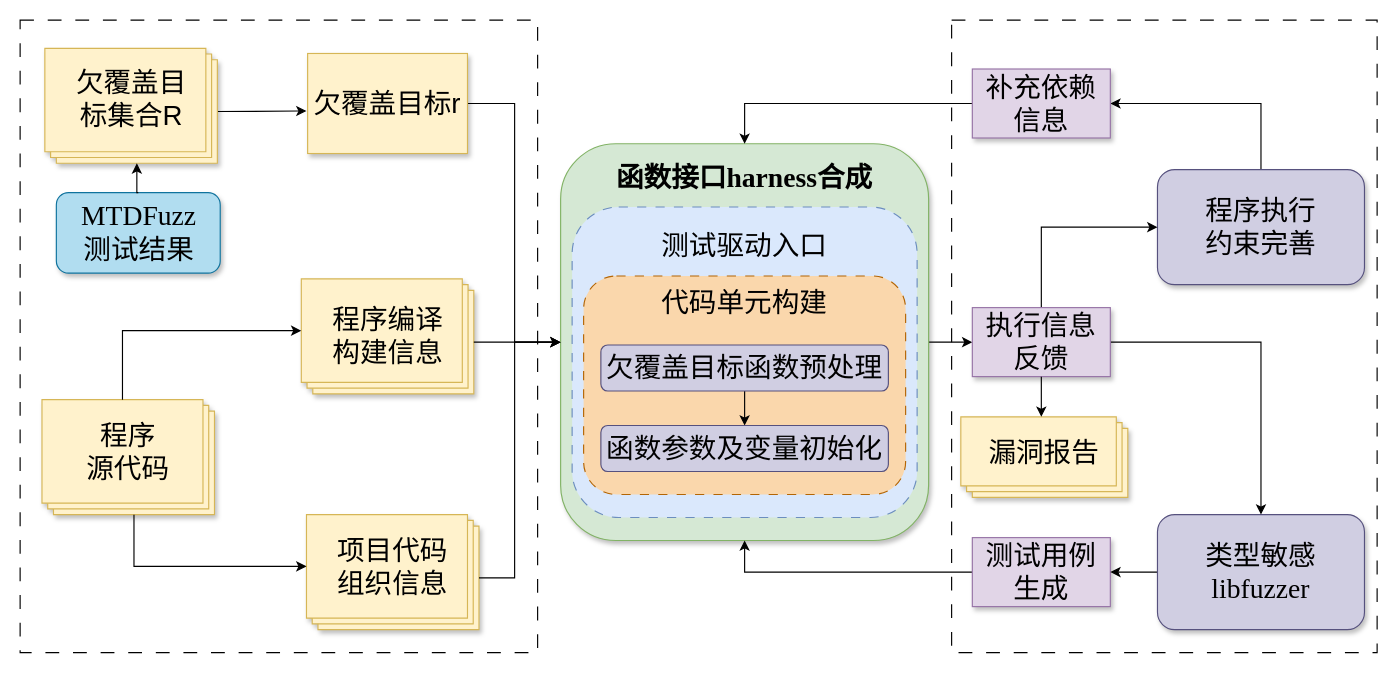
blu3sh0rk/Draw keeps this draw.io diagram as page "第 8 页" (8 of 16) of 未命名绘图.drawio. Above is the earlier version. Source tidied: cells renumbered, new cells numbered last; positions are measured from the earlier drawing's top-left corner, leaving out a move shared by most shapes. Both pictures are drawn from the tidied source at 115%, with x=0, y=0 at pixel (20, 20).
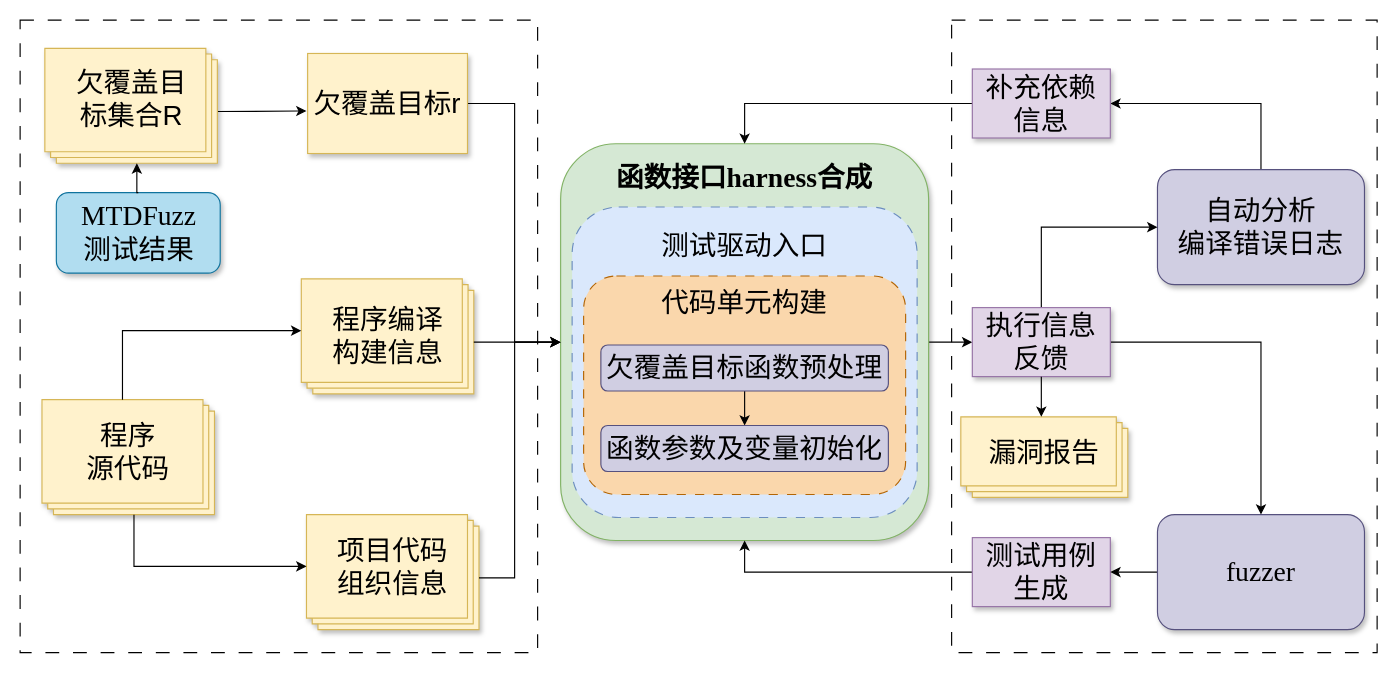
After the change.

Commit message:
更新未命名绘图.drawio

What changed in the source:
```diff
@@
-    <mxCell id="29" value="&lt;font face=&quot;Times New Roman&quot;&gt;类型敏感&lt;/font&gt;&lt;div&gt;&lt;font face=&quot;Times New Roman&quot;&gt;libfuzzer&lt;/font&gt;&lt;/div&gt;" style="rounded=1;whiteSpace=wrap;html=1;fontFamily=黑体;fontSize=24;fillColor=#d0cee2;strokeColor=#56517e;shadow=1;" parent="1" vertex="1">
+    <mxCell id="29" value="&lt;font face=&quot;Times New Roman&quot;&gt;fuzzer&lt;/font&gt;" style="rounded=1;whiteSpace=wrap;html=1;fontFamily=黑体;fontSize=24;fillColor=#d0cee2;strokeColor=#56517e;shadow=1;" parent="1" vertex="1">
       <mxGeometry x="989" y="430" width="180" height="100" as="geometry" />
     </mxCell>
@@
-    <mxCell id="31" value="&lt;font face=&quot;Times New Roman&quot;&gt;程序执行&lt;/font&gt;&lt;div&gt;&lt;font face=&quot;Times New Roman&quot;&gt;约束完善&lt;/font&gt;&lt;/div&gt;" style="rounded=1;whiteSpace=wrap;html=1;fontFamily=黑体;fontSize=24;fillColor=#d0cee2;strokeColor=#56517e;shadow=1;" parent="1" vertex="1">
+    <mxCell id="31" value="&lt;font face=&quot;Times New Roman&quot;&gt;自动分析&lt;/font&gt;&lt;div&gt;&lt;font face=&quot;Times New Roman&quot;&gt;编译错误日志&lt;/font&gt;&lt;/div&gt;" style="rounded=1;whiteSpace=wrap;html=1;fontFamily=黑体;fontSize=24;fillColor=#d0cee2;strokeColor=#56517e;shadow=1;" parent="1" vertex="1">
       <mxGeometry x="989" y="130" width="180" height="100" as="geometry" />
     </mxCell>
```
